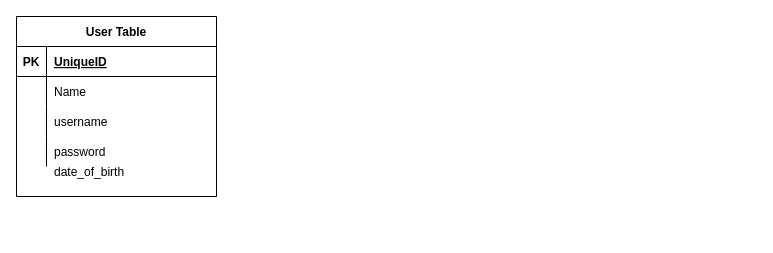
Before: Untitled Diagram.drawio in gta4roy/daily_planner, a draw.io diagram. Source tidied: cells renumbered, new cells numbered last; positions are measured from the earlier drawing's top-left corner, leaving out a move shared by most shapes. Both pictures are drawn from the tidied source at 100%, with x=0, y=0 at pixel (16, 16).
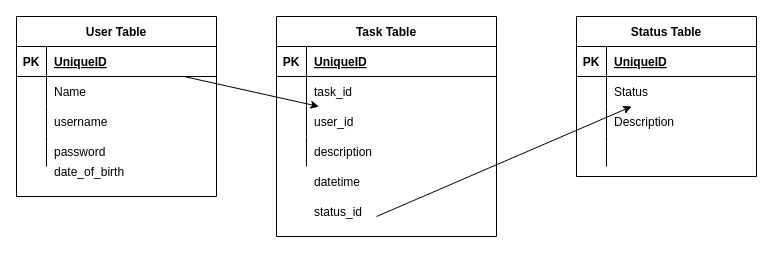
Above is the later version.

The change refers to these unchanged cells:
```xml
<mxCell id="3" style="shape=tableRow;horizontal=0;startSize=0;swimlaneHead=0;swimlaneBody=0;fillColor=none;points=[[0,0.5],[1,0.5]];portConstraint=eastwest;top=0;left=0;right=0;bottom=1;" parent="2" vertex="1">
  <mxGeometry y="30" width="200" height="30" as="geometry" />
</mxCell>
```

The edit, as a diff of the source:
```diff
@@
+    <mxCell id="16" value="Task Table" style="shape=table;startSize=30;childLayout=tableLayout;rowLines=0;fontStyle=1;align=center;" parent="1" vertex="1">
+      <mxGeometry x="260" width="220" height="220" as="geometry" />
+    </mxCell>
+    <mxCell id="17" style="shape=tableRow;horizontal=0;startSize=0;swimlaneHead=0;swimlaneBody=0;fillColor=none;top=0;left=0;right=0;bottom=1;" parent="16" vertex="1">
+      <mxGeometry y="30" width="220" height="30" as="geometry" />
+    </mxCell>
+    <mxCell id="18" value="PK" style="shape=partialRectangle;fillColor=none;top=0;left=0;bottom=0;right=0;fontStyle=1;overflow=hidden;" parent="17" vertex="1">
+      <mxGeometry width="30" height="30" as="geometry" />
+    </mxCell>
+    <mxCell id="19" value="UniqueID" style="shape=partialRectangle;fillColor=none;top=0;left=0;bottom=0;right=0;align=left;spacingLeft=6;fontStyle=5;overflow=hidden;" parent="17" vertex="1">
+      <mxGeometry x="30" width="190" height="30" as="geometry" />
+    </mxCell>
+    <mxCell id="20" style="shape=tableRow;horizontal=0;startSize=0;swimlaneHead=0;swimlaneBody=0;fillColor=none;top=0;left=0;right=0;bottom=0;" parent="16" vertex="1">
+      <mxGeometry y="60" width="220" height="30" as="geometry" />
+    </mxCell>
+    <mxCell id="21" style="shape=partialRectangle;fillColor=none;top=0;left=0;bottom=0;right=0;overflow=hidden;" parent="20" vertex="1">
+      <mxGeometry width="30" height="30" as="geometry" />
+    </mxCell>
+    <mxCell id="22" value="task_id" style="shape=partialRectangle;fillColor=none;top=0;left=0;bottom=0;right=0;align=left;spacingLeft=6;overflow=hidden;" parent="20" vertex="1">
+      <mxGeometry x="30" width="190" height="30" as="geometry" />
+    </mxCell>
+    <mxCell id="23" style="shape=tableRow;horizontal=0;startSize=0;swimlaneHead=0;swimlaneBody=0;fillColor=none;points=[[0,0.5],[1,0.5]];portConstraint=eastwest;top=0;left=0;right=0;bottom=0;" parent="16" vertex="1">
+      <mxGeometry y="90" width="220" height="30" as="geometry" />
+    </mxCell>
+    <mxCell id="24" style="shape=partialRectangle;fillColor=none;top=0;left=0;bottom=0;right=0;overflow=hidden;" parent="23" vertex="1">
+      <mxGeometry width="30" height="30" as="geometry" />
+    </mxCell>
+    <mxCell id="25" value="user_id" style="shape=partialRectangle;fillColor=none;top=0;left=0;bottom=0;right=0;align=left;spacingLeft=6;overflow=hidden;" parent="23" vertex="1">
+      <mxGeometry x="30" width="190" height="30" as="geometry" />
+    </mxCell>
+    <mxCell id="26" style="shape=tableRow;horizontal=0;startSize=0;swimlaneHead=0;swimlaneBody=0;fillColor=none;top=0;left=0;right=0;bottom=0;" parent="16" vertex="1">
+      <mxGeometry y="120" width="220" height="30" as="geometry" />
+    </mxCell>
+    <mxCell id="27" style="shape=partialRectangle;fillColor=none;top=0;left=0;bottom=0;right=0;overflow=hidden;" parent="26" vertex="1">
+      <mxGeometry width="30" height="30" as="geometry" />
+    </mxCell>
+    <mxCell id="28" value="description" style="shape=partialRectangle;fillColor=none;top=0;left=0;bottom=0;right=0;align=left;spacingLeft=6;overflow=hidden;" parent="26" vertex="1">
+      <mxGeometry x="30" width="190" height="30" as="geometry" />
+    </mxCell>
+    <mxCell id="29" value="datetime" style="shape=partialRectangle;fillColor=none;top=0;left=0;bottom=0;right=0;align=left;spacingLeft=6;overflow=hidden;" parent="1" vertex="1">
+      <mxGeometry x="290" y="150" width="190" height="30" as="geometry" />
+    </mxCell>
+    <mxCell id="30" value="status_id" style="shape=partialRectangle;fillColor=none;top=0;left=0;bottom=0;right=0;align=left;spacingLeft=6;overflow=hidden;" parent="1" vertex="1">
+      <mxGeometry x="290" y="180" width="190" height="30" as="geometry" />
+    </mxCell>
+    <mxCell id="31" value="Status Table" style="shape=table;startSize=30;childLayout=tableLayout;rowLines=0;fontStyle=1;align=center;" parent="1" vertex="1">
+      <mxGeometry x="560" width="180" height="160" as="geometry" />
+    </mxCell>
+    <mxCell id="32" style="shape=tableRow;horizontal=0;startSize=0;swimlaneHead=0;swimlaneBody=0;fillColor=none;top=0;left=0;right=0;bottom=1;" parent="31" vertex="1">
+      <mxGeometry y="30" width="180" height="30" as="geometry" />
+    </mxCell>
+    <mxCell id="33" value="PK" style="shape=partialRectangle;fillColor=none;top=0;left=0;bottom=0;right=0;fontStyle=1;overflow=hidden;" parent="32" vertex="1">
+      <mxGeometry width="30" height="30" as="geometry" />
+    </mxCell>
+    <mxCell id="34" value="UniqueID" style="shape=partialRectangle;fillColor=none;top=0;left=0;bottom=0;right=0;align=left;spacingLeft=6;fontStyle=5;overflow=hidden;" parent="32" vertex="1">
+      <mxGeometry x="30" width="150" height="30" as="geometry" />
+    </mxCell>
+    <mxCell id="35" style="shape=tableRow;horizontal=0;startSize=0;swimlaneHead=0;swimlaneBody=0;fillColor=none;points=[[0,0.5],[1,0.5]];portConstraint=eastwest;top=0;left=0;right=0;bottom=0;" parent="31" vertex="1">
+      <mxGeometry y="60" width="180" height="30" as="geometry" />
+    </mxCell>
+    <mxCell id="36" style="shape=partialRectangle;fillColor=none;top=0;left=0;bottom=0;right=0;overflow=hidden;" parent="35" vertex="1">
+      <mxGeometry width="30" height="30" as="geometry" />
+    </mxCell>
+    <mxCell id="37" value="Status" style="shape=partialRectangle;fillColor=none;top=0;left=0;bottom=0;right=0;align=left;spacingLeft=6;overflow=hidden;" parent="35" vertex="1">
+      <mxGeometry x="30" width="150" height="30" as="geometry" />
+    </mxCell>
+    <mxCell id="38" style="shape=tableRow;horizontal=0;startSize=0;swimlaneHead=0;swimlaneBody=0;fillColor=none;top=0;left=0;right=0;bottom=0;" parent="31" vertex="1">
+      <mxGeometry y="90" width="180" height="30" as="geometry" />
+    </mxCell>
+    <mxCell id="39" style="shape=partialRectangle;fillColor=none;top=0;left=0;bottom=0;right=0;overflow=hidden;" parent="38" vertex="1">
+      <mxGeometry width="30" height="30" as="geometry" />
+    </mxCell>
+    <mxCell id="40" value="Description" style="shape=partialRectangle;fillColor=none;top=0;left=0;bottom=0;right=0;align=left;spacingLeft=6;overflow=hidden;" parent="38" vertex="1">
+      <mxGeometry x="30" width="150" height="30" as="geometry" />
+    </mxCell>
+    <mxCell id="41" style="shape=tableRow;horizontal=0;startSize=0;swimlaneHead=0;swimlaneBody=0;fillColor=none;top=0;left=0;right=0;bottom=0;" parent="31" vertex="1">
+      <mxGeometry y="120" width="180" height="30" as="geometry" />
+    </mxCell>
+    <mxCell id="42" style="shape=partialRectangle;fillColor=none;top=0;left=0;bottom=0;right=0;overflow=hidden;" parent="41" vertex="1">
+      <mxGeometry width="30" height="30" as="geometry" />
+    </mxCell>
+    <mxCell id="43" style="shape=partialRectangle;fillColor=none;top=0;left=0;bottom=0;right=0;align=left;spacingLeft=6;overflow=hidden;" parent="41" vertex="1">
+      <mxGeometry x="30" width="150" height="30" as="geometry" />
+    </mxCell>
+    <mxCell id="44" style="endArrow=classic;html=1;rounded=0;" parent="1" edge="1" source="3" target="23">
+      <mxGeometry relative="1" as="geometry" />
+    </mxCell>
+    <mxCell id="45" style="endArrow=classic;html=1;rounded=0;" parent="1" edge="1" target="35">
+      <mxGeometry relative="1" as="geometry">
+        <mxPoint x="360" y="200" as="sourcePoint" />
+      </mxGeometry>
+    </mxCell>
```
